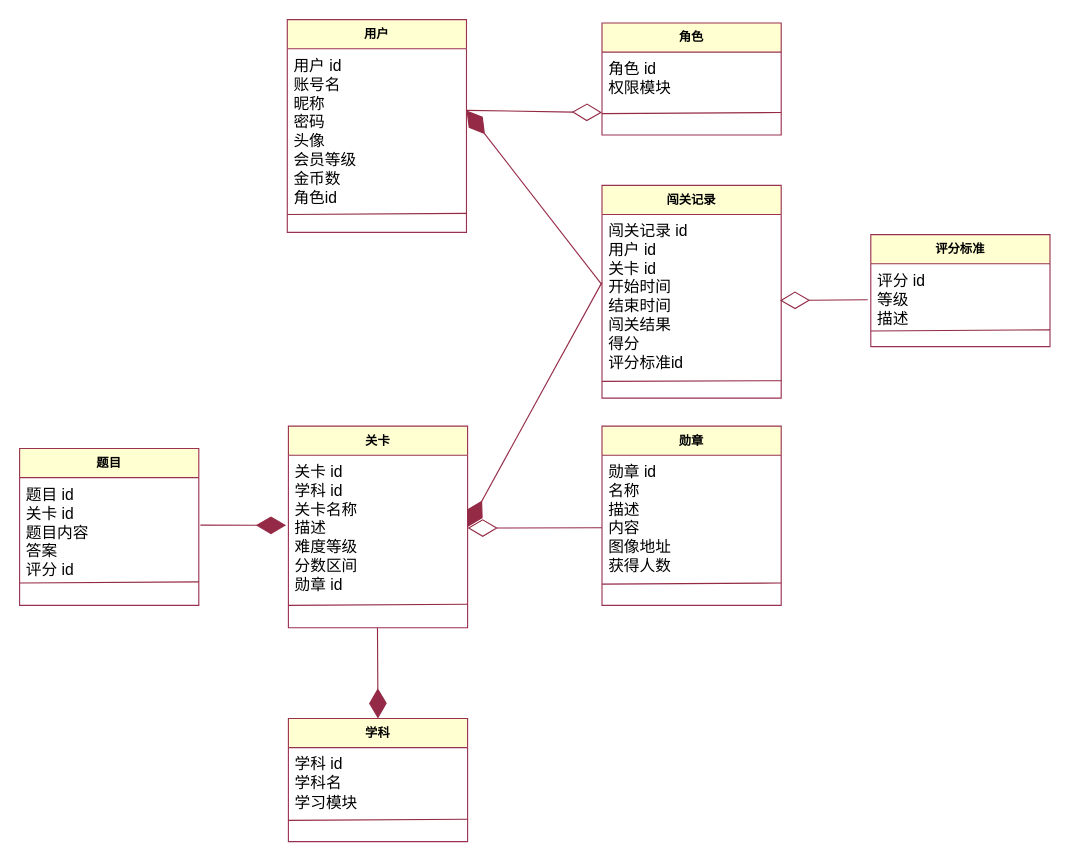
Above: page "应用类图" (4 of 16) of 毕业设计/毕业设计.drawio in bosombaby/draw-store (draw.io), before the change. Source tidied: cells renumbered, new cells numbered last; positions are measured from the earlier drawing's top-left corner, leaving out a move shared by most shapes. Both pictures are drawn from the tidied source at 112%, with x=0, y=0 at pixel (19, 19).
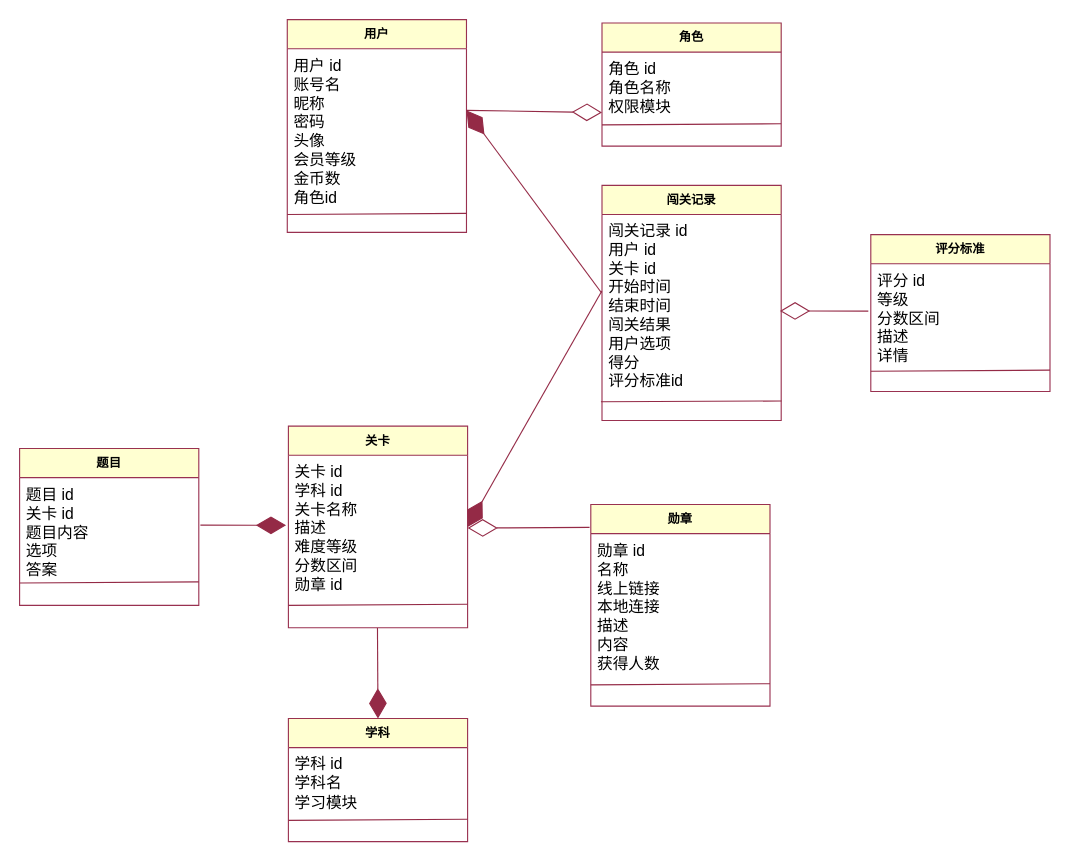
The same page after the edit.

The change refers to these unchanged cells:
```xml
<mxCell id="15" value="题目" style="swimlane;fontStyle=1;align=center;verticalAlign=top;horizontal=1;startSize=26;whiteSpace=wrap;html=1;strokeColor=#993150;fontFamily=Helvetica;fontSize=11;fontColor=default;fillColor=#FFFFD1;" parent="1" vertex="1">
  <mxGeometry y="383" width="160" height="140" as="geometry" />
</mxCell>
```

The edit, as a diff of the source:
```diff
@@
     <mxCell id="5" value="角色" style="swimlane;fontStyle=1;align=center;verticalAlign=top;horizontal=1;startSize=26;whiteSpace=wrap;html=1;strokeColor=#993150;fontFamily=Helvetica;fontSize=11;fontColor=default;fillColor=#FFFFD1;" parent="1" vertex="1">
-      <mxGeometry x="520" y="3" width="160" height="100" as="geometry" />
+      <mxGeometry x="520" y="3" width="160" height="110" as="geometry" />
     </mxCell>
-    <mxCell id="6" value="&lt;font style=&quot;font-size: 14px;&quot;&gt;角色 id&lt;br&gt;权限模块&lt;br&gt;&lt;br&gt;&lt;/font&gt;" style="text;strokeColor=none;fillColor=none;align=left;verticalAlign=top;spacingLeft=4;spacingRight=4;overflow=hidden;whiteSpace=wrap;html=1;fontSize=11;fontFamily=Helvetica;fontColor=default;" parent="5" vertex="1">
-      <mxGeometry y="26" width="160" height="74" as="geometry" />
+    <mxCell id="6" value="&lt;font style=&quot;font-size: 14px;&quot;&gt;角色 id&lt;/font&gt;&lt;div&gt;&lt;font style=&quot;font-size: 14px;&quot;&gt;角色名称&lt;br&gt;权限模块&lt;br&gt;&lt;br&gt;&lt;/font&gt;&lt;/div&gt;" style="text;strokeColor=none;fillColor=none;align=left;verticalAlign=top;spacingLeft=4;spacingRight=4;overflow=hidden;whiteSpace=wrap;html=1;fontSize=11;fontFamily=Helvetica;fontColor=default;" parent="5" vertex="1">
+      <mxGeometry y="26" width="160" height="84" as="geometry" />
     </mxCell>
     <mxCell id="7" style="endArrow=none;html=1;rounded=0;strokeColor=#942A46;align=center;verticalAlign=middle;fontFamily=Helvetica;fontSize=15;fontColor=default;labelBackgroundColor=default;fillColor=#FFFFD1;entryX=1.002;entryY=0.905;entryDx=0;entryDy=0;entryPerimeter=0;" parent="5" edge="1">
       <mxGeometry relative="1" as="geometry">
-        <mxPoint y="81" as="sourcePoint" />
-        <mxPoint x="160" y="80" as="targetPoint" />
+        <mxPoint y="91" as="sourcePoint" />
+        <mxPoint x="160" y="90" as="targetPoint" />
       </mxGeometry>
     </mxCell>
@@
-    <mxCell id="16" value="&lt;font style=&quot;font-size: 14px;&quot;&gt;题目 id&lt;br&gt;关卡 id&lt;br&gt;题目内容&lt;br&gt;答案&lt;br&gt;评分 id&lt;br&gt;&lt;br&gt;&lt;/font&gt;" style="text;strokeColor=none;fillColor=none;align=left;verticalAlign=top;spacingLeft=4;spacingRight=4;overflow=hidden;points=[[0,0.5],[1,0.5]];portConstraint=eastwest;whiteSpace=wrap;html=1;fontSize=11;fontFamily=Helvetica;fontColor=default;" parent="15" vertex="1">
+    <mxCell id="16" value="&lt;font style=&quot;font-size: 14px;&quot;&gt;题目 id&lt;br&gt;关卡 id&lt;br&gt;题目内容&lt;br&gt;选项&lt;br&gt;&lt;/font&gt;&lt;div&gt;&lt;font style=&quot;font-size: 14px;&quot;&gt;答&lt;/font&gt;&lt;span style=&quot;font-size: 14px; background-color: initial;&quot;&gt;案&lt;/span&gt;&lt;div&gt;&lt;font style=&quot;font-size: 14px;&quot;&gt;&lt;br&gt;&lt;/font&gt;&lt;/div&gt;&lt;/div&gt;" style="text;strokeColor=none;fillColor=none;align=left;verticalAlign=top;spacingLeft=4;spacingRight=4;overflow=hidden;points=[[0,0.5],[1,0.5]];portConstraint=eastwest;whiteSpace=wrap;html=1;fontSize=11;fontFamily=Helvetica;fontColor=default;" parent="15" vertex="1">
       <mxGeometry y="26" width="160" height="114" as="geometry" />
     </mxCell>
@@
     <mxCell id="18" value="闯关记录" style="swimlane;fontStyle=1;align=center;verticalAlign=top;horizontal=1;startSize=26;whiteSpace=wrap;html=1;strokeColor=#993150;fontFamily=Helvetica;fontSize=11;fontColor=default;fillColor=#FFFFD1;" parent="1" vertex="1">
-      <mxGeometry x="520" y="148" width="160" height="190" as="geometry" />
+      <mxGeometry x="520" y="148" width="160" height="210" as="geometry" />
     </mxCell>
-    <mxCell id="19" value="&lt;font style=&quot;font-size: 14px;&quot;&gt;闯关记录 id&lt;br&gt;用户 id&lt;br&gt;关卡 id&lt;br&gt;开始时间&lt;br&gt;结束时间&lt;br&gt;闯关结果&lt;br&gt;得分&lt;br&gt;评分标准id&lt;br&gt;&lt;/font&gt;" style="text;strokeColor=none;fillColor=none;align=left;verticalAlign=top;spacingLeft=4;spacingRight=4;overflow=hidden;points=[[0,0.5],[1,0.5]];portConstraint=eastwest;whiteSpace=wrap;html=1;fontSize=11;fontFamily=Helvetica;fontColor=default;" parent="18" vertex="1">
-      <mxGeometry y="26" width="160" height="164" as="geometry" />
+    <mxCell id="19" value="&lt;font style=&quot;font-size: 14px;&quot;&gt;闯关记录 id&lt;br&gt;用户 id&lt;br&gt;关卡 id&lt;br&gt;开始时间&lt;br&gt;结束时间&lt;br&gt;闯关结果&lt;/font&gt;&lt;div&gt;&lt;font style=&quot;font-size: 14px;&quot;&gt;用户选项&lt;br&gt;得分&lt;br&gt;评分标准id&lt;br&gt;&lt;/font&gt;&lt;/div&gt;" style="text;strokeColor=none;fillColor=none;align=left;verticalAlign=top;spacingLeft=4;spacingRight=4;overflow=hidden;points=[[0,0.5],[1,0.5]];portConstraint=eastwest;whiteSpace=wrap;html=1;fontSize=11;fontFamily=Helvetica;fontColor=default;" parent="18" vertex="1">
+      <mxGeometry y="26" width="160" height="184" as="geometry" />
     </mxCell>
-    <mxCell id="20" style="endArrow=none;html=1;rounded=0;strokeColor=#942A46;align=center;verticalAlign=middle;fontFamily=Helvetica;fontSize=15;fontColor=default;labelBackgroundColor=default;fillColor=#FFFFD1;entryX=1.002;entryY=0.905;entryDx=0;entryDy=0;entryPerimeter=0;" parent="18" edge="1" target="19">
-      <mxGeometry relative="1" as="geometry">
-        <mxPoint y="175" as="sourcePoint" />
-      </mxGeometry>
+    <mxCell id="20" style="endArrow=none;html=1;rounded=0;strokeColor=#942A46;align=center;verticalAlign=middle;fontFamily=Helvetica;fontSize=15;fontColor=default;labelBackgroundColor=default;fillColor=#FFFFD1;entryX=1.002;entryY=0.905;entryDx=0;entryDy=0;entryPerimeter=0;exitX=-0.006;exitY=0.909;exitDx=0;exitDy=0;exitPerimeter=0;" parent="18" edge="1" source="19" target="19">
+      <mxGeometry relative="1" as="geometry" />
     </mxCell>
@@
     <mxCell id="25" value="勋章" style="swimlane;fontStyle=1;align=center;verticalAlign=top;horizontal=1;startSize=26;whiteSpace=wrap;html=1;strokeColor=#993150;fontFamily=Helvetica;fontSize=11;fontColor=default;fillColor=#FFFFD1;" parent="1" vertex="1">
-      <mxGeometry x="520" y="363" width="160" height="160" as="geometry" />
+      <mxGeometry x="510" y="433" width="160" height="180" as="geometry" />
     </mxCell>
-    <mxCell id="26" value="&lt;font style=&quot;font-size: 14px;&quot;&gt;勋章 id&lt;br&gt;名称&lt;br&gt;描述&lt;br&gt;内容&lt;br&gt;图像地址&lt;br&gt;获得人数&lt;br&gt;&lt;/font&gt;" style="text;strokeColor=none;fillColor=none;align=left;verticalAlign=top;spacingLeft=4;spacingRight=4;overflow=hidden;whiteSpace=wrap;html=1;fontSize=11;fontFamily=Helvetica;fontColor=default;" parent="25" vertex="1">
-      <mxGeometry y="26" width="160" height="134" as="geometry" />
+    <mxCell id="26" value="&lt;font style=&quot;font-size: 14px;&quot;&gt;勋章 id&lt;br&gt;名称&lt;br&gt;线上链接&lt;br&gt;本地连接&lt;br&gt;描述&lt;/font&gt;&lt;div&gt;&lt;font style=&quot;font-size: 14px;&quot;&gt;内容&lt;br&gt;获得人数&lt;br&gt;&lt;/font&gt;&lt;/div&gt;" style="text;strokeColor=none;fillColor=none;align=left;verticalAlign=top;spacingLeft=4;spacingRight=4;overflow=hidden;whiteSpace=wrap;html=1;fontSize=11;fontFamily=Helvetica;fontColor=default;" parent="25" vertex="1">
+      <mxGeometry y="26" width="160" height="154" as="geometry" />
     </mxCell>
     <mxCell id="27" style="endArrow=none;html=1;rounded=0;strokeColor=#942A46;align=center;verticalAlign=middle;fontFamily=Helvetica;fontSize=15;fontColor=default;labelBackgroundColor=default;fillColor=#FFFFD1;entryX=1.002;entryY=0.905;entryDx=0;entryDy=0;entryPerimeter=0;" parent="25" edge="1">
       <mxGeometry relative="1" as="geometry">
-        <mxPoint y="141" as="sourcePoint" />
-        <mxPoint x="160" y="140" as="targetPoint" />
+        <mxPoint y="161" as="sourcePoint" />
+        <mxPoint x="160" y="160" as="targetPoint" />
       </mxGeometry>
     </mxCell>
-    <mxCell id="28" style="endArrow=diamondThin;endFill=0;endSize=24;html=1;rounded=0;labelBackgroundColor=default;strokeColor=#942A46;align=center;verticalAlign=middle;fontFamily=Helvetica;fontSize=11;fontColor=default;shape=connector;edgeStyle=none;exitX=-0.009;exitY=0.48;exitDx=0;exitDy=0;exitPerimeter=0;" parent="1" edge="1">
+    <mxCell id="28" style="endArrow=diamondThin;endFill=0;endSize=24;html=1;rounded=0;labelBackgroundColor=default;strokeColor=#942A46;align=center;verticalAlign=middle;fontFamily=Helvetica;fontSize=11;fontColor=default;shape=connector;edgeStyle=none;exitX=-0.007;exitY=0.113;exitDx=0;exitDy=0;exitPerimeter=0;" parent="1" edge="1" source="25">
       <mxGeometry relative="1" as="geometry">
-        <mxPoint x="520" y="453.7" as="sourcePoint" />
         <mxPoint x="400" y="454" as="targetPoint" />
       </mxGeometry>
     </mxCell>
     <mxCell id="29" value="评分标准" style="swimlane;fontStyle=1;align=center;verticalAlign=top;horizontal=1;startSize=26;whiteSpace=wrap;html=1;strokeColor=#993150;fontFamily=Helvetica;fontSize=11;fontColor=default;fillColor=#FFFFD1;" parent="1" vertex="1">
-      <mxGeometry x="760" y="192" width="160" height="100" as="geometry" />
+      <mxGeometry x="760" y="192" width="160" height="140" as="geometry" />
     </mxCell>
-    <mxCell id="30" value="&lt;font style=&quot;font-size: 14px;&quot;&gt;评分 id&lt;br&gt;等级&lt;br&gt;描述&lt;br&gt;&lt;br&gt;&lt;/font&gt;" style="text;strokeColor=none;fillColor=none;align=left;verticalAlign=top;spacingLeft=4;spacingRight=4;overflow=hidden;points=[[0,0.5],[1,0.5]];portConstraint=eastwest;whiteSpace=wrap;html=1;fontSize=11;fontFamily=Helvetica;fontColor=default;" parent="29" vertex="1">
-      <mxGeometry y="26" width="160" height="74" as="geometry" />
+    <mxCell id="30" value="&lt;font style=&quot;font-size: 14px;&quot;&gt;评分 id&lt;br&gt;等级&lt;br&gt;分数区间&lt;br&gt;&lt;/font&gt;&lt;div&gt;&lt;font style=&quot;font-size: 14px;&quot;&gt;描述&lt;br&gt;详情&lt;/font&gt;&lt;/div&gt;" style="text;strokeColor=none;fillColor=none;align=left;verticalAlign=top;spacingLeft=4;spacingRight=4;overflow=hidden;points=[[0,0.5],[1,0.5]];portConstraint=eastwest;whiteSpace=wrap;html=1;fontSize=11;fontFamily=Helvetica;fontColor=default;" parent="29" vertex="1">
+      <mxGeometry y="26" width="160" height="114" as="geometry" />
     </mxCell>
     <mxCell id="31" style="endArrow=none;html=1;rounded=0;strokeColor=#942A46;align=center;verticalAlign=middle;fontFamily=Helvetica;fontSize=15;fontColor=default;labelBackgroundColor=default;fillColor=#FFFFD1;entryX=1.002;entryY=0.905;entryDx=0;entryDy=0;entryPerimeter=0;" parent="29" edge="1">
       <mxGeometry relative="1" as="geometry">
-        <mxPoint y="86" as="sourcePoint" />
-        <mxPoint x="160" y="85" as="targetPoint" />
+        <mxPoint y="122" as="sourcePoint" />
+        <mxPoint x="160" y="121" as="targetPoint" />
       </mxGeometry>
     </mxCell>
-    <mxCell id="32" style="endArrow=diamondThin;endFill=0;endSize=24;html=1;rounded=0;labelBackgroundColor=default;strokeColor=#942A46;align=center;verticalAlign=middle;fontFamily=Helvetica;fontSize=11;fontColor=default;shape=connector;edgeStyle=none;exitX=-0.017;exitY=0.435;exitDx=0;exitDy=0;exitPerimeter=0;entryX=0.993;entryY=0.468;entryDx=0;entryDy=0;entryPerimeter=0;" parent="1" edge="1" source="30" target="19">
+    <mxCell id="32" style="endArrow=diamondThin;endFill=0;endSize=24;html=1;rounded=0;labelBackgroundColor=default;strokeColor=#942A46;align=center;verticalAlign=middle;fontFamily=Helvetica;fontSize=11;fontColor=default;shape=connector;edgeStyle=none;exitX=-0.014;exitY=0.371;exitDx=0;exitDy=0;exitPerimeter=0;entryX=0.993;entryY=0.468;entryDx=0;entryDy=0;entryPerimeter=0;" parent="1" edge="1" source="30" target="19">
       <mxGeometry relative="1" as="geometry" />
     </mxCell>
```
